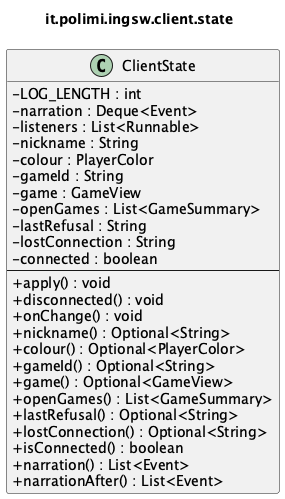
Above: docs/uml/detailed/it_polimi_ingsw_client_state.png in samuelesegrini/ing-sw-2025-segrini-terribile-varricchio-zanca (PlantUML), before the change. Source of this version:
```plantuml
@startuml it_polimi_ingsw_client_state
!pragma layout smetana
skinparam shadowing false
skinparam classAttributeIconSize 0
title it.polimi.ingsw.client.state

class ClientState {
  -LOG_LENGTH : int
  -narration : Deque<Event>
  -listeners : List<Runnable>
  -nickname : String
  -colour : PlayerColor
  -gameId : String
  -game : GameView
  -openGames : List<GameSummary>
  -lastRefusal : String
  -lostConnection : String
  -connected : boolean
  --
  +apply() : void
  +disconnected() : void
  +onChange() : void
  +nickname() : Optional<String>
  +colour() : Optional<PlayerColor>
  +gameId() : Optional<String>
  +game() : Optional<GameView>
  +openGames() : List<GameSummary>
  +lastRefusal() : Optional<String>
  +lostConnection() : Optional<String>
  +isConnected() : boolean
  +narration() : List<Event>
  +narrationAfter() : List<Event>
}

@enduml
```
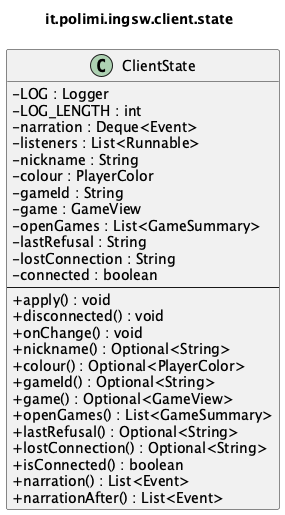
Above is the later version.

Diff of the diagram source:
```diff
@@ -5,6 +5,7 @@
 title it.polimi.ingsw.client.state
 
 class ClientState {
+  -LOG : Logger
   -LOG_LENGTH : int
   -narration : Deque<Event>
   -listeners : List<Runnable>
```
